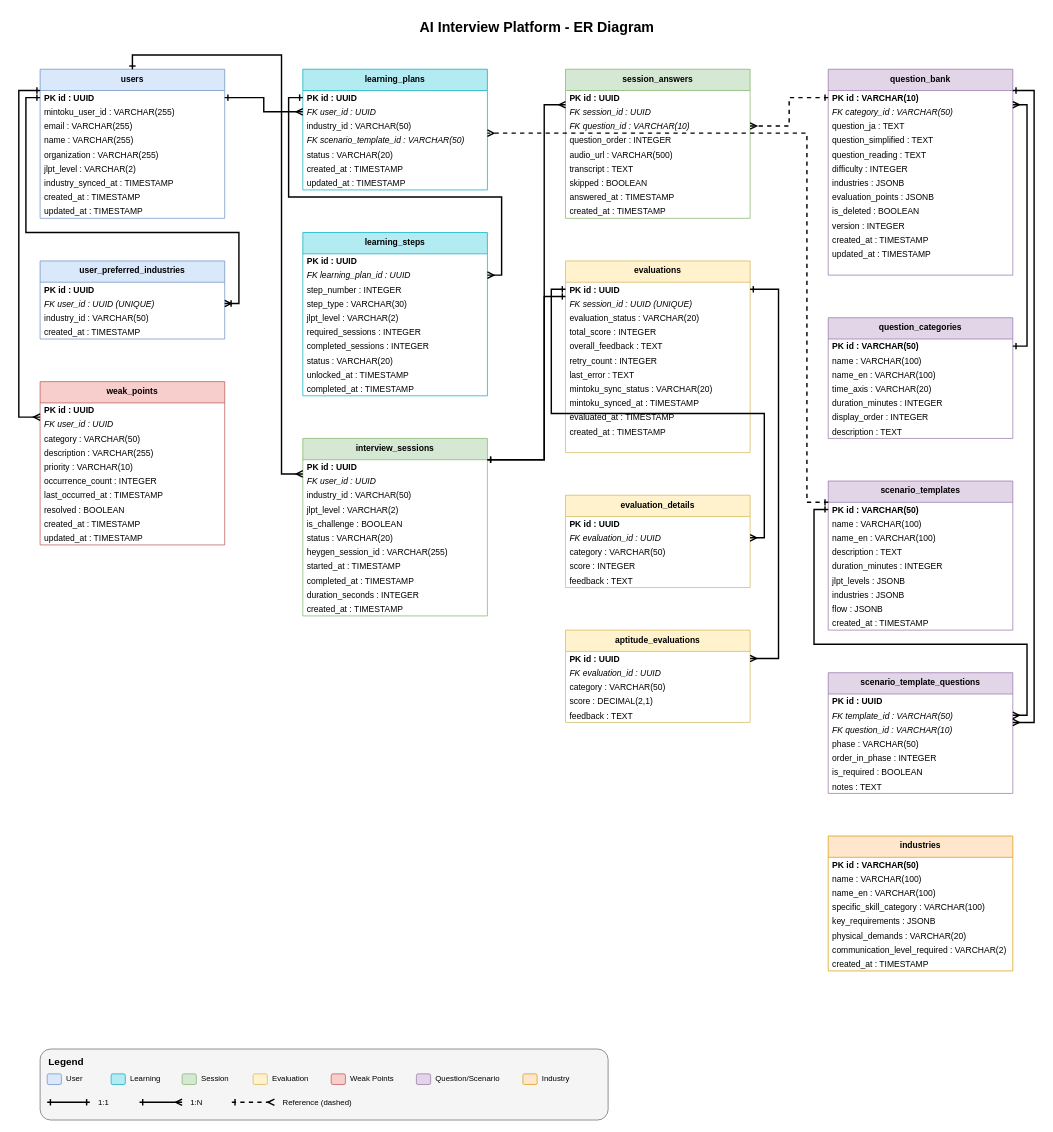
Before: docs/images/設計書_10.2_ER図.drawio in yoshidasendai115/ai-interview, a draw.io diagram. Source tidied: cells renumbered, new cells numbered last; positions are measured from the earlier drawing's top-left corner, leaving out a move shared by most shapes. Both pictures are drawn from the tidied source at 71%, with x=0, y=0 at pixel (18, 12).
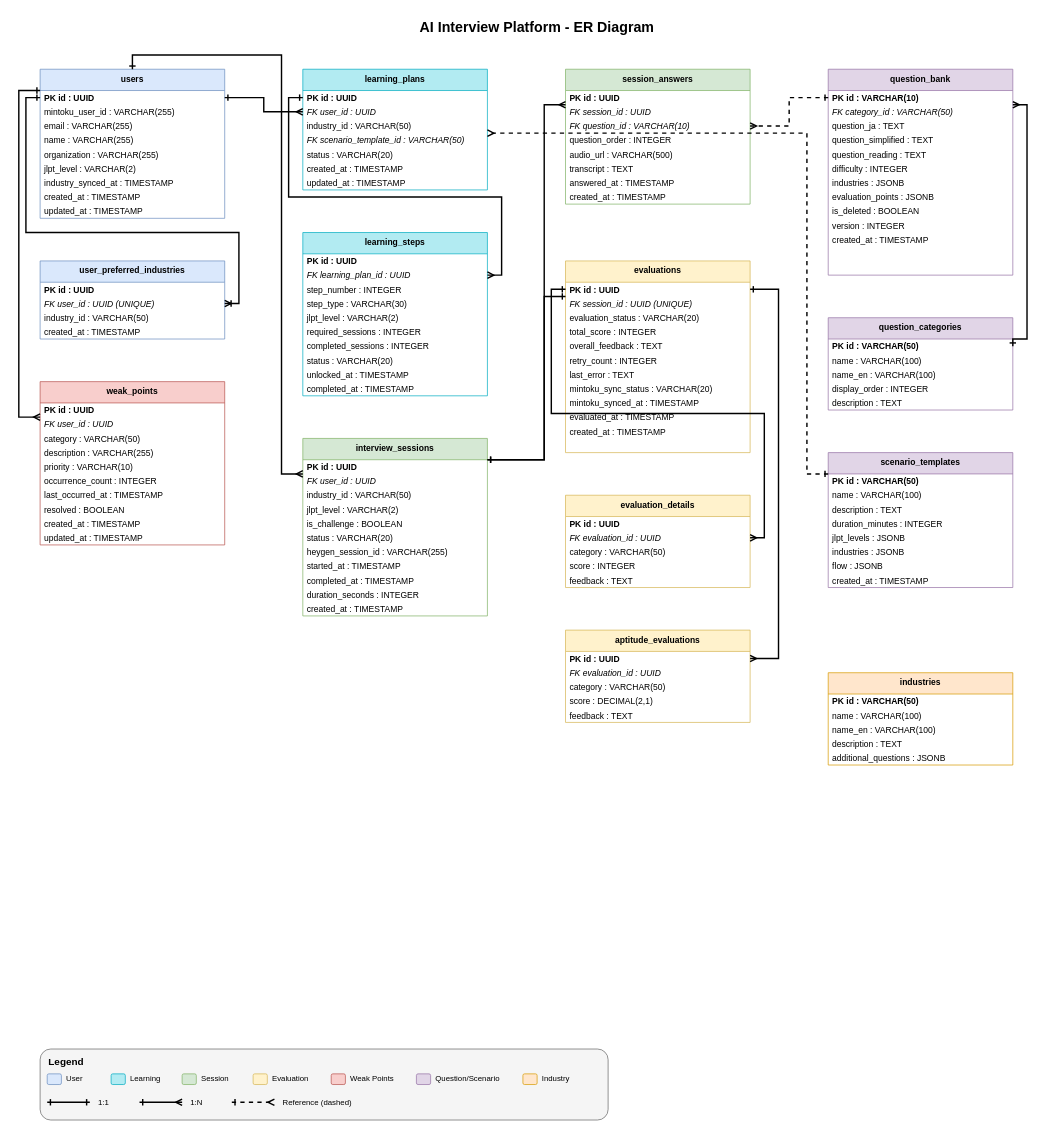
After the change.

The change refers to these unchanged cells:
```xml
<mxCell id="33" value="FK  scenario_template_id : VARCHAR(50)" style="text;strokeColor=none;fillColor=none;align=left;verticalAlign=middle;spacingLeft=4;spacingRight=4;overflow=hidden;points=[[0,0.5],[1,0.5]];portConstraint=eastwest;fontStyle=2;" parent="29" vertex="1">
  <mxGeometry y="90" width="260" height="20" as="geometry" />
</mxCell>
<mxCell id="94" value="question_bank" style="swimlane;fontStyle=1;align=center;verticalAlign=top;horizontal=1;startSize=30;fillColor=#e1d5e7;strokeColor=#9673a6;" parent="1" vertex="1">
  <mxGeometry x="1140" y="80" width="260" height="290" as="geometry" />
</mxCell>
<mxCell id="95" value="PK  id : VARCHAR(10)" style="text;strokeColor=none;fillColor=none;align=left;verticalAlign=middle;spacingLeft=4;spacingRight=4;overflow=hidden;points=[[0,0.5],[1,0.5]];portConstraint=eastwest;fontStyle=1;" parent="94" vertex="1">
  <mxGeometry y="30" width="260" height="20" as="geometry" />
</mxCell>
<mxCell id="96" value="FK  category_id : VARCHAR(50)" style="text;strokeColor=none;fillColor=none;align=left;verticalAlign=middle;spacingLeft=4;spacingRight=4;overflow=hidden;points=[[0,0.5],[1,0.5]];portConstraint=eastwest;fontStyle=2;" parent="94" vertex="1">
  <mxGeometry y="50" width="260" height="20" as="geometry" />
</mxCell>
<mxCell id="108" value="PK  id : VARCHAR(50)" style="text;strokeColor=none;fillColor=none;align=left;verticalAlign=middle;spacingLeft=4;spacingRight=4;overflow=hidden;points=[[0,0.5],[1,0.5]];portConstraint=eastwest;fontStyle=1;" parent="107" vertex="1">
  <mxGeometry y="30" width="260" height="20" as="geometry" />
</mxCell>
<mxCell id="116" value="PK  id : VARCHAR(50)" style="text;strokeColor=none;fillColor=none;align=left;verticalAlign=middle;spacingLeft=4;spacingRight=4;overflow=hidden;points=[[0,0.5],[1,0.5]];portConstraint=eastwest;fontStyle=1;" parent="115" vertex="1">
  <mxGeometry y="30" width="260" height="20" as="geometry" />
</mxCell>
```

Change to the diagram source:
```diff
@@
     <mxCell id="60" value="session_answers" style="swimlane;fontStyle=1;align=center;verticalAlign=top;horizontal=1;startSize=30;fillColor=#d5e8d4;strokeColor=#82b366;" parent="1" vertex="1">
-      <mxGeometry x="770" y="80" width="260" height="210" as="geometry" />
+      <mxGeometry x="770" y="80" width="260" height="190" as="geometry" />
     </mxCell>
@@
-    <mxCell id="67" value="     skipped : BOOLEAN" style="text;strokeColor=none;fillColor=none;align=left;verticalAlign=middle;spacingLeft=4;spacingRight=4;overflow=hidden;" parent="60" vertex="1">
-      <mxGeometry y="150" width="260" height="20" as="geometry" />
-    </mxCell>
     <mxCell id="68" value="     answered_at : TIMESTAMP" style="text;strokeColor=none;fillColor=none;align=left;verticalAlign=middle;spacingLeft=4;spacingRight=4;overflow=hidden;" parent="60" vertex="1">
-      <mxGeometry y="170" width="260" height="20" as="geometry" />
+      <mxGeometry y="150" width="260" height="20" as="geometry" />
     </mxCell>
     <mxCell id="69" value="     created_at : TIMESTAMP" style="text;strokeColor=none;fillColor=none;align=left;verticalAlign=middle;spacingLeft=4;spacingRight=4;overflow=hidden;" parent="60" vertex="1">
-      <mxGeometry y="190" width="260" height="20" as="geometry" />
+      <mxGeometry y="170" width="260" height="20" as="geometry" />
     </mxCell>
@@
-    <mxCell id="106" value="     updated_at : TIMESTAMP" style="text;strokeColor=none;fillColor=none;align=left;verticalAlign=middle;spacingLeft=4;spacingRight=4;overflow=hidden;" parent="94" vertex="1">
-      <mxGeometry y="250" width="260" height="20" as="geometry" />
-    </mxCell>
     <mxCell id="107" value="question_categories" style="swimlane;fontStyle=1;align=center;verticalAlign=top;horizontal=1;startSize=30;fillColor=#e1d5e7;strokeColor=#9673a6;" parent="1" vertex="1">
-      <mxGeometry x="1140" y="430" width="260" height="170" as="geometry" />
+      <mxGeometry x="1140" y="430" width="260" height="130" as="geometry" />
     </mxCell>
@@
-    <mxCell id="111" value="     time_axis : VARCHAR(20)" style="text;strokeColor=none;fillColor=none;align=left;verticalAlign=middle;spacingLeft=4;spacingRight=4;overflow=hidden;" parent="107" vertex="1">
-      <mxGeometry y="90" width="260" height="20" as="geometry" />
-    </mxCell>
-    <mxCell id="112" value="     duration_minutes : INTEGER" style="text;strokeColor=none;fillColor=none;align=left;verticalAlign=middle;spacingLeft=4;spacingRight=4;overflow=hidden;" parent="107" vertex="1">
-      <mxGeometry y="110" width="260" height="20" as="geometry" />
-    </mxCell>
     <mxCell id="113" value="     display_order : INTEGER" style="text;strokeColor=none;fillColor=none;align=left;verticalAlign=middle;spacingLeft=4;spacingRight=4;overflow=hidden;" parent="107" vertex="1">
-      <mxGeometry y="130" width="260" height="20" as="geometry" />
+      <mxGeometry y="90" width="260" height="20" as="geometry" />
     </mxCell>
     <mxCell id="114" value="     description : TEXT" style="text;strokeColor=none;fillColor=none;align=left;verticalAlign=middle;spacingLeft=4;spacingRight=4;overflow=hidden;" parent="107" vertex="1">
-      <mxGeometry y="150" width="260" height="20" as="geometry" />
+      <mxGeometry y="110" width="260" height="20" as="geometry" />
     </mxCell>
     <mxCell id="115" value="scenario_templates" style="swimlane;fontStyle=1;align=center;verticalAlign=top;horizontal=1;startSize=30;fillColor=#e1d5e7;strokeColor=#9673a6;" parent="1" vertex="1">
-      <mxGeometry x="1140" y="660" width="260" height="210" as="geometry" />
+      <mxGeometry x="1140" y="620" width="260" height="190" as="geometry" />
     </mxCell>
@@
-    <mxCell id="118" value="     name_en : VARCHAR(100)" style="text;strokeColor=none;fillColor=none;align=left;verticalAlign=middle;spacingLeft=4;spacingRight=4;overflow=hidden;" parent="115" vertex="1">
-      <mxGeometry y="70" width="260" height="20" as="geometry" />
-    </mxCell>
     <mxCell id="119" value="     description : TEXT" style="text;strokeColor=none;fillColor=none;align=left;verticalAlign=middle;spacingLeft=4;spacingRight=4;overflow=hidden;" parent="115" vertex="1">
-      <mxGeometry y="90" width="260" height="20" as="geometry" />
+      <mxGeometry y="70" width="260" height="20" as="geometry" />
     </mxCell>
     <mxCell id="120" value="     duration_minutes : INTEGER" style="text;strokeColor=none;fillColor=none;align=left;verticalAlign=middle;spacingLeft=4;spacingRight=4;overflow=hidden;" parent="115" vertex="1">
-      <mxGeometry y="110" width="260" height="20" as="geometry" />
+      <mxGeometry y="90" width="260" height="20" as="geometry" />
     </mxCell>
     <mxCell id="121" value="     jlpt_levels : JSONB" style="text;strokeColor=none;fillColor=none;align=left;verticalAlign=middle;spacingLeft=4;spacingRight=4;overflow=hidden;" parent="115" vertex="1">
-      <mxGeometry y="130" width="260" height="20" as="geometry" />
+      <mxGeometry y="110" width="260" height="20" as="geometry" />
     </mxCell>
     <mxCell id="122" value="     industries : JSONB" style="text;strokeColor=none;fillColor=none;align=left;verticalAlign=middle;spacingLeft=4;spacingRight=4;overflow=hidden;" parent="115" vertex="1">
-      <mxGeometry y="150" width="260" height="20" as="geometry" />
+      <mxGeometry y="130" width="260" height="20" as="geometry" />
     </mxCell>
     <mxCell id="123" value="     flow : JSONB" style="text;strokeColor=none;fillColor=none;align=left;verticalAlign=middle;spacingLeft=4;spacingRight=4;overflow=hidden;" parent="115" vertex="1">
-      <mxGeometry y="170" width="260" height="20" as="geometry" />
+      <mxGeometry y="150" width="260" height="20" as="geometry" />
     </mxCell>
     <mxCell id="124" value="     created_at : TIMESTAMP" style="text;strokeColor=none;fillColor=none;align=left;verticalAlign=middle;spacingLeft=4;spacingRight=4;overflow=hidden;" parent="115" vertex="1">
-      <mxGeometry y="190" width="260" height="20" as="geometry" />
+      <mxGeometry y="170" width="260" height="20" as="geometry" />
     </mxCell>
-    <mxCell id="125" value="scenario_template_questions" style="swimlane;fontStyle=1;align=center;verticalAlign=top;horizontal=1;startSize=30;fillColor=#e1d5e7;strokeColor=#9673a6;" parent="1" vertex="1">
-      <mxGeometry x="1140" y="930" width="260" height="170" as="geometry" />
-    </mxCell>
-    <mxCell id="126" value="PK  id : UUID" style="text;strokeColor=none;fillColor=none;align=left;verticalAlign=middle;spacingLeft=4;spacingRight=4;overflow=hidden;fontStyle=1;" parent="125" vertex="1">
-      <mxGeometry y="30" width="260" height="20" as="geometry" />
-    </mxCell>
-    <mxCell id="127" value="FK  template_id : VARCHAR(50)" style="text;strokeColor=none;fillColor=none;align=left;verticalAlign=middle;spacingLeft=4;spacingRight=4;overflow=hidden;points=[[0,0.5],[1,0.5]];portConstraint=eastwest;fontStyle=2;" parent="125" vertex="1">
-      <mxGeometry y="50" width="260" height="20" as="geometry" />
-    </mxCell>
-    <mxCell id="128" value="FK  question_id : VARCHAR(10)" style="text;strokeColor=none;fillColor=none;align=left;verticalAlign=middle;spacingLeft=4;spacingRight=4;overflow=hidden;points=[[0,0.5],[1,0.5]];portConstraint=eastwest;fontStyle=2;" parent="125" vertex="1">
-      <mxGeometry y="70" width="260" height="20" as="geometry" />
-    </mxCell>
-    <mxCell id="129" value="     phase : VARCHAR(50)" style="text;strokeColor=none;fillColor=none;align=left;verticalAlign=middle;spacingLeft=4;spacingRight=4;overflow=hidden;" parent="125" vertex="1">
-      <mxGeometry y="90" width="260" height="20" as="geometry" />
-    </mxCell>
-    <mxCell id="130" value="     order_in_phase : INTEGER" style="text;strokeColor=none;fillColor=none;align=left;verticalAlign=middle;spacingLeft=4;spacingRight=4;overflow=hidden;" parent="125" vertex="1">
-      <mxGeometry y="110" width="260" height="20" as="geometry" />
-    </mxCell>
-    <mxCell id="131" value="     is_required : BOOLEAN" style="text;strokeColor=none;fillColor=none;align=left;verticalAlign=middle;spacingLeft=4;spacingRight=4;overflow=hidden;" parent="125" vertex="1">
-      <mxGeometry y="130" width="260" height="20" as="geometry" />
-    </mxCell>
-    <mxCell id="132" value="     notes : TEXT" style="text;strokeColor=none;fillColor=none;align=left;verticalAlign=middle;spacingLeft=4;spacingRight=4;overflow=hidden;" parent="125" vertex="1">
-      <mxGeometry y="150" width="260" height="20" as="geometry" />
-    </mxCell>
     <mxCell id="133" value="industries" style="swimlane;fontStyle=1;align=center;verticalAlign=top;horizontal=1;startSize=30;fillColor=#ffe6cc;strokeColor=#d79b00;" parent="1" vertex="1">
-      <mxGeometry x="1140" y="1160" width="260" height="190" as="geometry" />
+      <mxGeometry x="1140" y="930" width="260" height="130" as="geometry" />
     </mxCell>
@@
-    <mxCell id="137" value="     specific_skill_category : VARCHAR(100)" style="text;strokeColor=none;fillColor=none;align=left;verticalAlign=middle;spacingLeft=4;spacingRight=4;overflow=hidden;" parent="133" vertex="1">
+    <mxCell id="137" value="     description : TEXT" style="text;strokeColor=none;fillColor=none;align=left;verticalAlign=middle;spacingLeft=4;spacingRight=4;overflow=hidden;" parent="133" vertex="1">
       <mxGeometry y="90" width="260" height="20" as="geometry" />
     </mxCell>
-    <mxCell id="138" value="     key_requirements : JSONB" style="text;strokeColor=none;fillColor=none;align=left;verticalAlign=middle;spacingLeft=4;spacingRight=4;overflow=hidden;" parent="133" vertex="1">
+    <mxCell id="138" value="     additional_questions : JSONB" style="text;strokeColor=none;fillColor=none;align=left;verticalAlign=middle;spacingLeft=4;spacingRight=4;overflow=hidden;" parent="133" vertex="1">
       <mxGeometry y="110" width="260" height="20" as="geometry" />
     </mxCell>
-    <mxCell id="139" value="     physical_demands : VARCHAR(20)" style="text;strokeColor=none;fillColor=none;align=left;verticalAlign=middle;spacingLeft=4;spacingRight=4;overflow=hidden;" parent="133" vertex="1">
-      <mxGeometry y="130" width="260" height="20" as="geometry" />
-    </mxCell>
-    <mxCell id="140" value="     communication_level_required : VARCHAR(2)" style="text;strokeColor=none;fillColor=none;align=left;verticalAlign=middle;spacingLeft=4;spacingRight=4;overflow=hidden;" parent="133" vertex="1">
-      <mxGeometry y="150" width="260" height="20" as="geometry" />
-    </mxCell>
-    <mxCell id="141" value="     created_at : TIMESTAMP" style="text;strokeColor=none;fillColor=none;align=left;verticalAlign=middle;spacingLeft=4;spacingRight=4;overflow=hidden;" parent="133" vertex="1">
-      <mxGeometry y="170" width="260" height="20" as="geometry" />
-    </mxCell>
@@
     <mxCell id="147" style="edgeStyle=orthogonalEdgeStyle;rounded=0;jettySize=auto;html=1;endArrow=ERmany;startArrow=ERone;startFill=0;endFill=0;strokeWidth=2;dashed=1;" parent="1" edge="1" source="116" target="33">
       <mxGeometry relative="1" as="geometry">
         <Array as="points">
-          <mxPoint x="1110" y="690" />
+          <mxPoint x="1110" y="650" />
           <mxPoint x="1110" y="170" />
         </Array>
       </mxGeometry>
     </mxCell>
@@
     <mxCell id="153" style="edgeStyle=orthogonalEdgeStyle;rounded=0;jettySize=auto;html=1;endArrow=ERmany;startArrow=ERone;startFill=0;endFill=0;strokeWidth=2;entryX=1;entryY=0;entryDx=0;entryDy=0;entryPerimeter=0;exitX=1;exitY=0.5;exitDx=0;exitDy=0;" parent="1" edge="1" source="108" target="96">
       <mxGeometry relative="1" as="geometry">
         <Array as="points">
-          <mxPoint x="1420" y="470" />
+          <mxPoint x="1420" y="460" />
           <mxPoint x="1420" y="130" />
         </Array>
       </mxGeometry>
     </mxCell>
-    <mxCell id="154" style="edgeStyle=orthogonalEdgeStyle;rounded=0;jettySize=auto;html=1;endArrow=ERmany;startArrow=ERone;startFill=0;endFill=0;strokeWidth=2;" parent="1" edge="1" source="116" target="127">
-      <mxGeometry relative="1" as="geometry">
-        <Array as="points">
-          <mxPoint x="1120" y="700" />
-          <mxPoint x="1120" y="890" />
-          <mxPoint x="1420" y="890" />
-          <mxPoint x="1420" y="990" />
-        </Array>
-      </mxGeometry>
-    </mxCell>
-    <mxCell id="155" style="edgeStyle=orthogonalEdgeStyle;rounded=0;jettySize=auto;html=1;endArrow=ERmany;startArrow=ERone;startFill=0;endFill=0;strokeWidth=2;" parent="1" edge="1" source="95" target="128">
-      <mxGeometry relative="1" as="geometry">
-        <Array as="points">
-          <mxPoint x="1430" y="110" />
-          <mxPoint x="1430" y="1000" />
-        </Array>
-      </mxGeometry>
-    </mxCell>
```
